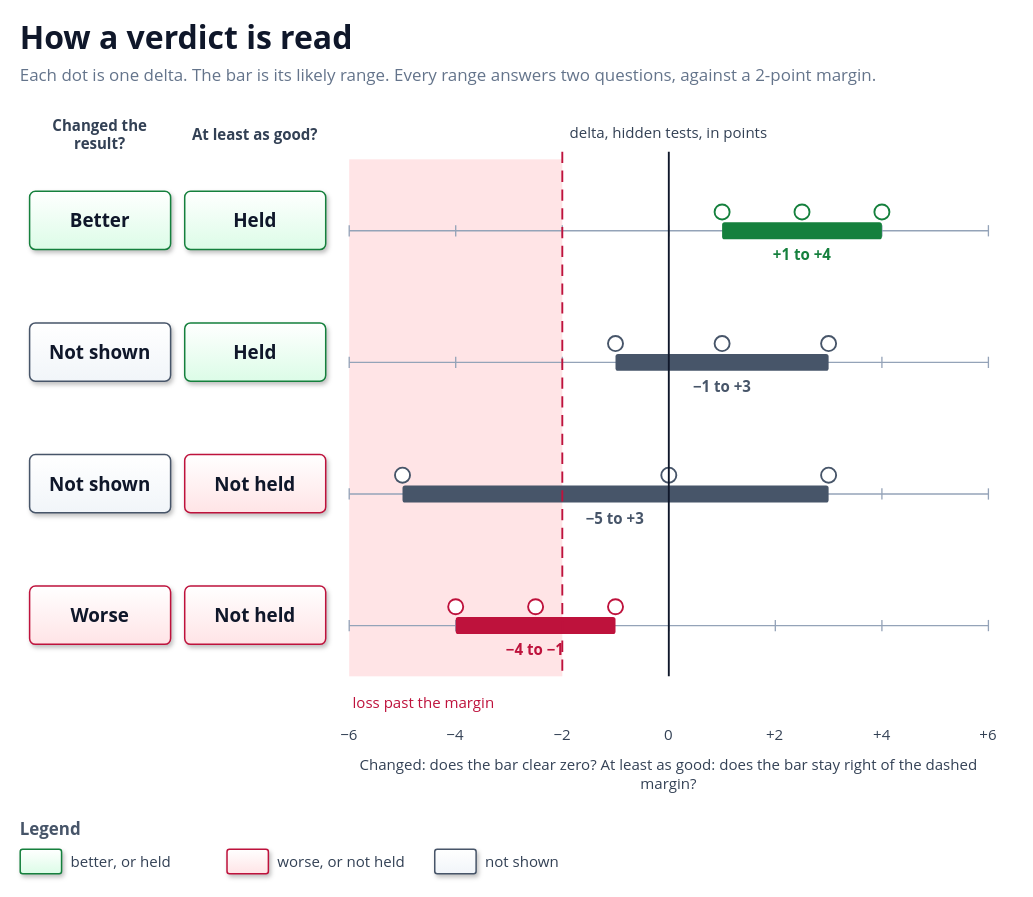
solid-ai-dev/solid-ai-benchmark keeps this draw.io diagram as docs/diagrams/verdict.drawio. Above is the earlier version. Source tidied: cells renumbered, new cells numbered last; positions are measured from the earlier drawing's top-left corner, leaving out a move shared by most shapes. Both pictures are drawn from the tidied source at 94%, with x=0, y=0 at pixel (20, 16).
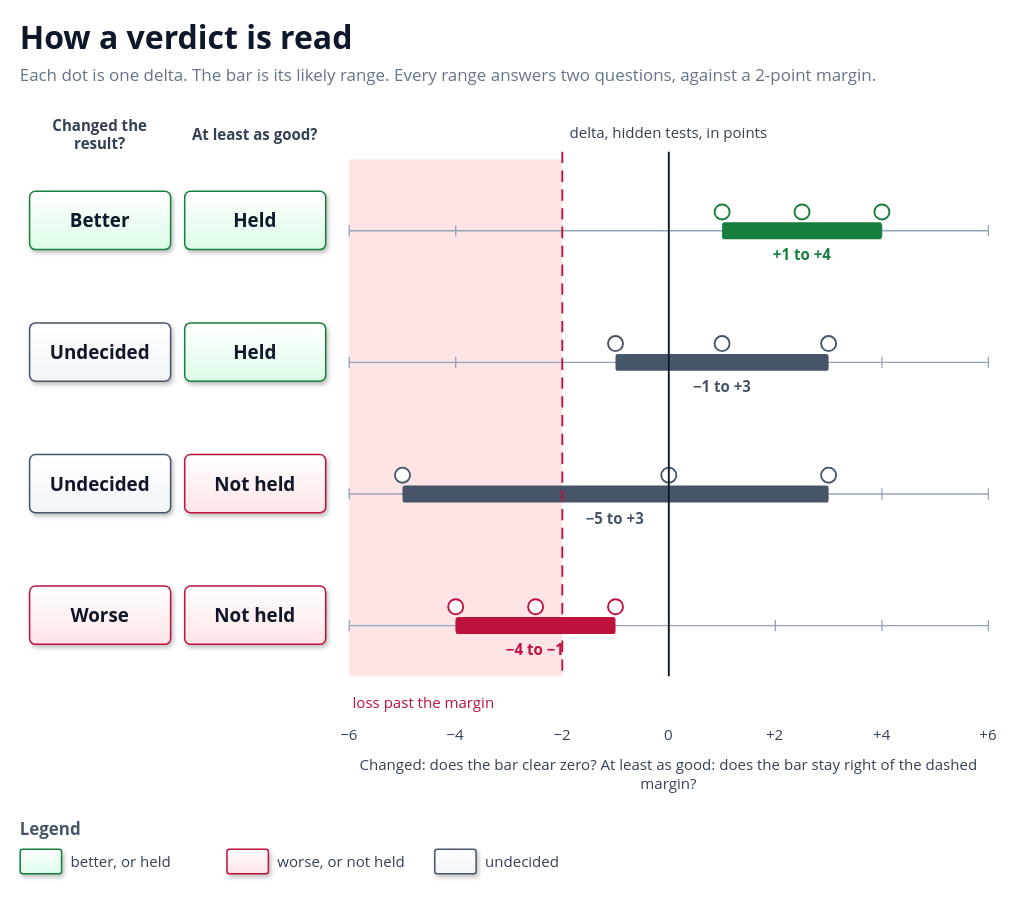
Above is the later version.

Commit message (it also covers changes not shown here):
docs(primer): call the third verdict undecided

The edit, as a diff of the source:
```diff
@@
-    <mxCell id="23" value="&lt;b style='font-size:20px'&gt;Not shown&lt;/b&gt;" style="rounded=1;arcSize=10;whiteSpace=wrap;html=1;fillColor=#F1F5F9;gradientColor=#FFFFFF;gradientDirection=north;strokeColor=#475569;strokeWidth=1.6;shadow=1;align=center;verticalAlign=middle;fontFamily=Segoe UI;fontColor=#0F172A;spacing=8;" parent="1" vertex="1">
+    <mxCell id="23" value="&lt;b style='font-size:20px'&gt;Undecided&lt;/b&gt;" style="rounded=1;arcSize=10;whiteSpace=wrap;html=1;fillColor=#F1F5F9;gradientColor=#FFFFFF;gradientDirection=north;strokeColor=#475569;strokeWidth=1.6;shadow=1;align=center;verticalAlign=middle;fontFamily=Segoe UI;fontColor=#0F172A;spacing=8;" parent="1" vertex="1">
       <mxGeometry x="10" y="326" width="150" height="62" as="geometry" />
     </mxCell>
@@
-    <mxCell id="38" value="&lt;b style='font-size:20px'&gt;Not shown&lt;/b&gt;" style="rounded=1;arcSize=10;whiteSpace=wrap;html=1;fillColor=#F1F5F9;gradientColor=#FFFFFF;gradientDirection=north;strokeColor=#475569;strokeWidth=1.6;shadow=1;align=center;verticalAlign=middle;fontFamily=Segoe UI;fontColor=#0F172A;spacing=8;" parent="1" vertex="1">
+    <mxCell id="38" value="&lt;b style='font-size:20px'&gt;Undecided&lt;/b&gt;" style="rounded=1;arcSize=10;whiteSpace=wrap;html=1;fillColor=#F1F5F9;gradientColor=#FFFFFF;gradientDirection=north;strokeColor=#475569;strokeWidth=1.6;shadow=1;align=center;verticalAlign=middle;fontFamily=Segoe UI;fontColor=#0F172A;spacing=8;" parent="1" vertex="1">
       <mxGeometry x="10" y="466" width="150" height="62" as="geometry" />
     </mxCell>
@@
-    <mxCell id="85" value="not shown" style="text;html=1;whiteSpace=wrap;strokeColor=none;fillColor=none;align=left;verticalAlign=middle;fontFamily=Segoe UI;fontSize=16;fontColor=#334155;fontStyle=0;spacing=0;" parent="1" vertex="1">
+    <mxCell id="85" value="undecided" style="text;html=1;whiteSpace=wrap;strokeColor=none;fillColor=none;align=left;verticalAlign=middle;fontFamily=Segoe UI;fontSize=16;fontColor=#334155;fontStyle=0;spacing=0;" parent="1" vertex="1">
       <mxGeometry x="495" y="886" width="300" height="26" as="geometry" />
     </mxCell>
```
